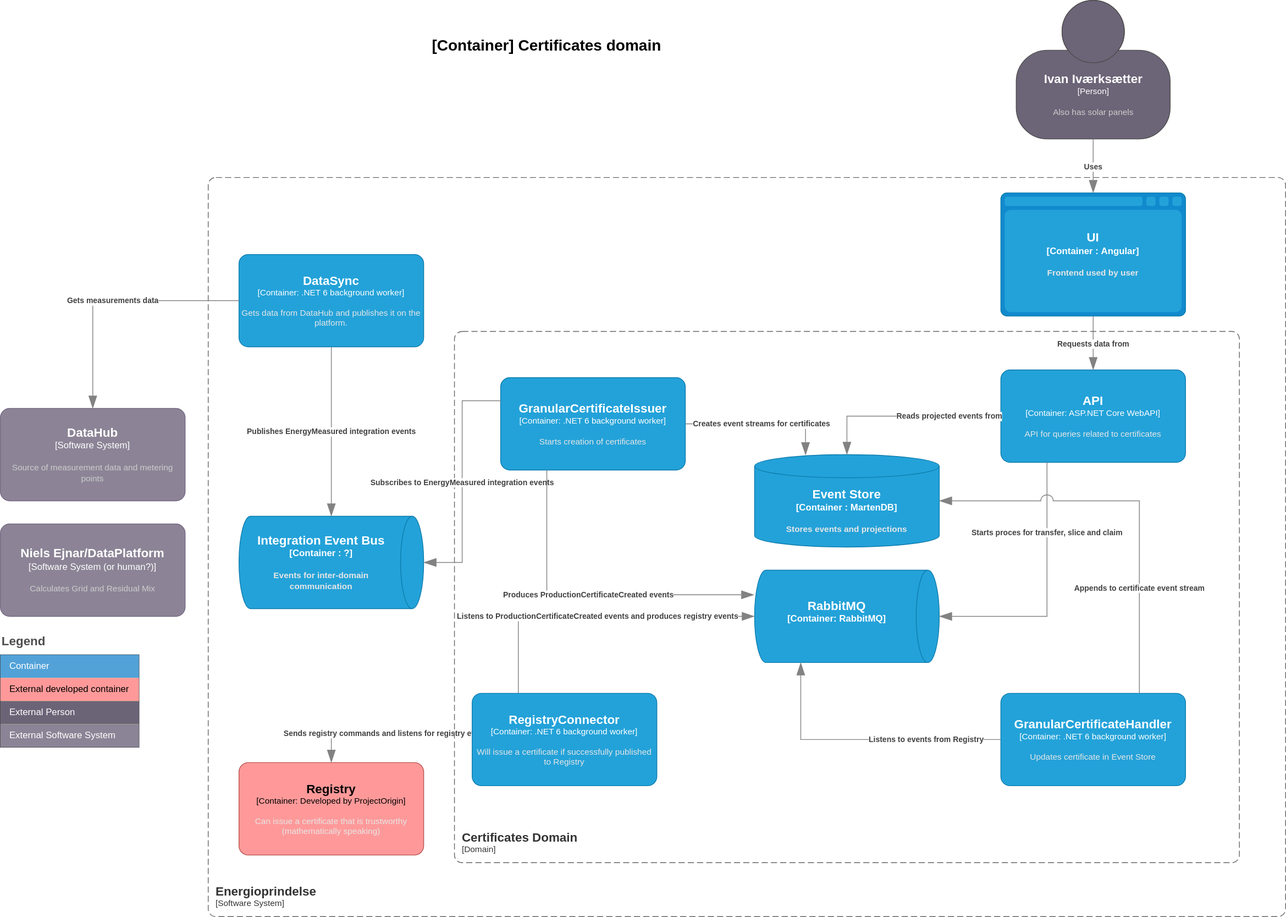
Energinet-DataHub/energy-origin keeps this draw.io diagram as doc/architecture/diagrams/certificates.target.container.drawio.svg. Above is the earlier version. Source tidied: cells renumbered, new cells last; positions are measured from the earlier drawing's top-left corner, leaving out a move shared by most shapes.
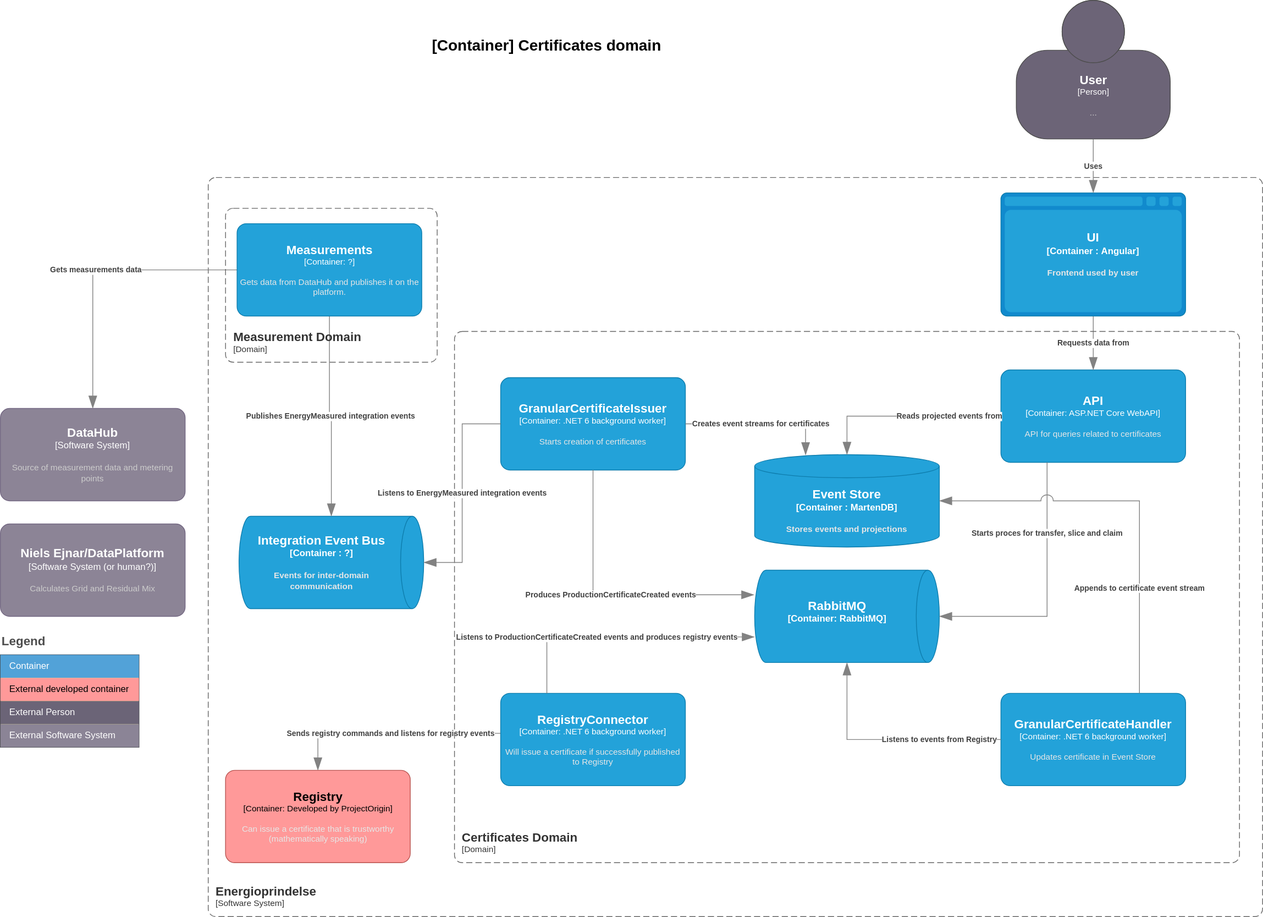
The same file after the commit.

What changed in the source:
```diff
@@ -4,7 +4,7 @@
     <mxCell id="1" parent="0" />
     <object id="2" label="&lt;font style=&quot;font-size: 16px&quot;&gt;&lt;b&gt;&lt;div style=&quot;text-align: left&quot;&gt;%c4Name%&lt;/div&gt;&lt;/b&gt;&lt;/font&gt;&lt;div style=&quot;text-align: left&quot;&gt;[%c4Application%]&lt;/div&gt;" c4Application="Software System" c4Name="Energioprindelse" c4Type="SystemScopeBoundary" placeholders="1">
       <mxCell style="rounded=1;fontSize=11;whiteSpace=wrap;html=1;dashed=1;arcSize=20;fillColor=none;strokeColor=#666666;fontColor=#333333;labelBackgroundColor=none;align=left;verticalAlign=bottom;labelBorderColor=none;spacingTop=0;spacing=10;dashPattern=8 4;perimeter=rectanglePerimeter;noLabel=0;labelPadding=0;absoluteArcSize=1;" parent="1" vertex="1">
-        <mxGeometry x="270" y="230" width="1400" height="960" as="geometry" />
+        <mxGeometry x="270" y="230" width="1370" height="960" as="geometry" />
       </mxCell>
     </object>
     <object id="3" label="&lt;font style=&quot;font-size: 16px&quot;&gt;&lt;b&gt;%c4Name%&lt;/b&gt;&lt;/font&gt;&lt;div&gt;[%c4Type%: %c4Technology%]&lt;/div&gt;&lt;br&gt;&lt;div&gt;&lt;font style=&quot;font-size: 11px&quot;&gt;&lt;font color=&quot;#E6E6E6&quot;&gt;%c4Description%&lt;/font&gt;&lt;/div&gt;" c4Description="API for queries related to certificates" c4Name="API" c4Technology="ASP.NET Core WebAPI" c4Type="Container" placeholders="1">
@@ -37,7 +37,7 @@
         <mxGeometry y="530" width="240" height="120" as="geometry" />
       </mxCell>
     </object>
-    <object id="9" label="&lt;font style=&quot;font-size: 16px&quot;&gt;&lt;b&gt;%c4Name%&lt;/b&gt;&lt;/font&gt;&lt;div&gt;[%c4Type%]&lt;/div&gt;&lt;br&gt;&lt;div&gt;&lt;font style=&quot;font-size: 11px&quot;&gt;&lt;font color=&quot;#cccccc&quot;&gt;%c4Description%&lt;/font&gt;&lt;/div&gt;" c4Description="Also has solar panels" c4Name="Ivan Iværksætter" c4Type="Person" placeholders="1">
+    <object id="9" label="&lt;font style=&quot;font-size: 16px&quot;&gt;&lt;b&gt;%c4Name%&lt;/b&gt;&lt;/font&gt;&lt;div&gt;[%c4Type%]&lt;/div&gt;&lt;br&gt;&lt;div&gt;&lt;font style=&quot;font-size: 11px&quot;&gt;&lt;font color=&quot;#cccccc&quot;&gt;%c4Description%&lt;/font&gt;&lt;/div&gt;" c4Description="..." c4Name="User" c4Type="Person" placeholders="1">
       <mxCell style="html=1;fontSize=11;dashed=0;whitespace=wrap;fillColor=#6C6477;strokeColor=#4D4D4D;fontColor=#ffffff;shape=mxgraph.c4.person2;align=center;points=[[0.5,0,0],[1,0.5,0],[1,0.75,0],[0.75,1,0],[0.5,1,0],[0.25,1,0],[0,0.75,0],[0,0.5,0]];" parent="1" vertex="1">
         <mxGeometry x="1320" width="200" height="180" as="geometry" />
       </mxCell>
@@ -62,11 +62,6 @@
         <mxGeometry x="310" y="670" width="240" height="120" as="geometry" />
       </mxCell>
     </object>
-    <object id="14" label="&lt;font style=&quot;font-size: 16px&quot;&gt;&lt;b&gt;%c4Name%&lt;/b&gt;&lt;/font&gt;&lt;div&gt;[%c4Type%: %c4Technology%]&lt;/div&gt;&lt;br&gt;&lt;div&gt;&lt;font style=&quot;font-size: 11px&quot;&gt;&lt;font color=&quot;#E6E6E6&quot;&gt;%c4Description%&lt;/font&gt;&lt;/div&gt;" c4Description="Gets data from DataHub and publishes it on the platform." c4Name="DataSync" c4Technology=".NET 6 background worker" c4Type="Container" placeholders="1">
-      <mxCell style="rounded=1;whiteSpace=wrap;html=1;fontSize=11;labelBackgroundColor=none;fillColor=#23A2D9;fontColor=#ffffff;align=center;arcSize=10;strokeColor=#0E7DAD;points=[[0.25,0,0],[0.5,0,0],[0.75,0,0],[1,0.25,0],[1,0.5,0],[1,0.75,0],[0.75,1,0],[0.5,1,0],[0.25,1,0],[0,0.75,0],[0,0.5,0],[0,0.25,0]];" parent="1" vertex="1">
-        <mxGeometry x="310" y="330" width="240" height="120" as="geometry" />
-      </mxCell>
-    </object>
     <object id="15" label="&lt;div style=&quot;text-align: left&quot;&gt;&lt;div style=&quot;text-align: center&quot;&gt;&lt;b&gt;%c4Description%&lt;/b&gt;&lt;/div&gt;" c4Description="Publishes EnergyMeasured integration events" c4Type="Relationship" placeholders="1">
       <mxCell style="endArrow=blockThin;html=1;fontSize=10;fontColor=#404040;strokeWidth=1;endFill=1;strokeColor=#828282;elbow=vertical;endSize=14;startSize=14;jumpStyle=arc;jumpSize=16;rounded=0;edgeStyle=orthogonalEdgeStyle;exitX=0.5;exitY=1;exitDx=0;exitDy=0;exitPerimeter=0;entryX=0;entryY=0.5;entryDx=0;entryDy=0;entryPerimeter=0;" parent="1" edge="1" source="14" target="13">
         <mxGeometry relative="1" as="geometry" />
@@ -84,7 +79,7 @@
     </object>
     <object id="18" label="&lt;font style=&quot;font-size: 16px&quot;&gt;&lt;b&gt;%c4Name%&lt;/b&gt;&lt;/font&gt;&lt;div&gt;[%c4Type%: %c4Technology%]&lt;/div&gt;&lt;br&gt;&lt;div&gt;&lt;font style=&quot;font-size: 11px&quot;&gt;&lt;font color=&quot;#E6E6E6&quot;&gt;%c4Description%&lt;/font&gt;&lt;/div&gt;" c4Description="Can issue a certificate that is trustworthy (mathematically speaking)" c4Name="Registry" c4Technology="Developed by ProjectOrigin" c4Type="Container" placeholders="1">
       <mxCell style="rounded=1;whiteSpace=wrap;html=1;fontSize=11;labelBackgroundColor=none;fillColor=#FF9999;align=center;arcSize=10;strokeColor=#b85450;points=[[0.25,0,0],[0.5,0,0],[0.75,0,0],[1,0.25,0],[1,0.5,0],[1,0.75,0],[0.75,1,0],[0.5,1,0],[0.25,1,0],[0,0.75,0],[0,0.5,0],[0,0.25,0]];" parent="1" vertex="1">
-        <mxGeometry x="310" y="990" width="240" height="120" as="geometry" />
+        <mxGeometry x="292.5" y="1000" width="240" height="120" as="geometry" />
       </mxCell>
     </object>
     <mxCell id="19" value="Legend" style="align=left;fontSize=16;fontStyle=1;strokeColor=none;fillColor=none;fontColor=#4D4D4D;spacingTop=-8;" parent="1" vertex="1">
@@ -117,7 +112,7 @@
     </object>
     <object id="27" label="&lt;font style=&quot;font-size: 16px&quot;&gt;&lt;b&gt;%c4Name%&lt;/b&gt;&lt;/font&gt;&lt;div&gt;[%c4Type%: %c4Technology%]&lt;/div&gt;&lt;br&gt;&lt;div&gt;&lt;font style=&quot;font-size: 11px&quot;&gt;&lt;font color=&quot;#E6E6E6&quot;&gt;%c4Description%&lt;/font&gt;&lt;/div&gt;" c4Description="Will issue a certificate if successfully published to Registry" c4Name="RegistryConnector" c4Technology=".NET 6 background worker" c4Type="Container" placeholders="1">
       <mxCell style="rounded=1;whiteSpace=wrap;html=1;fontSize=11;labelBackgroundColor=none;fillColor=#23A2D9;fontColor=#ffffff;align=center;arcSize=10;strokeColor=#0E7DAD;points=[[0.25,0,0],[0.5,0,0],[0.75,0,0],[1,0.25,0],[1,0.5,0],[1,0.75,0],[0.75,1,0],[0.5,1,0],[0.25,1,0],[0,0.75,0],[0,0.5,0],[0,0.25,0]];" parent="1" vertex="1">
-        <mxGeometry x="613" y="900" width="240" height="120" as="geometry" />
+        <mxGeometry x="650" y="900" width="240" height="120" as="geometry" />
       </mxCell>
     </object>
     <object id="28" label="&lt;div style=&quot;text-align: left&quot;&gt;&lt;div style=&quot;text-align: center&quot;&gt;&lt;b&gt;%c4Description%&lt;/b&gt;&lt;/div&gt;" c4Description="Creates event streams for certificates" c4Type="Relationship" placeholders="1">
@@ -126,12 +121,12 @@
       </mxCell>
     </object>
     <object id="29" label="&lt;div style=&quot;text-align: left&quot;&gt;&lt;div style=&quot;text-align: center&quot;&gt;&lt;b&gt;%c4Description%&lt;/b&gt;&lt;/div&gt;" c4Description="Listens to ProductionCertificateCreated events  and produces registry events" c4Type="Relationship" placeholders="1">
-      <mxCell style="endArrow=blockThin;html=1;fontSize=10;fontColor=#404040;strokeWidth=1;endFill=1;strokeColor=#828282;elbow=vertical;endSize=14;startSize=14;jumpStyle=arc;jumpSize=16;rounded=0;edgeStyle=orthogonalEdgeStyle;exitX=0.25;exitY=0;exitDx=0;exitDy=0;exitPerimeter=0;entryX=0.5;entryY=1;entryDx=0;entryDy=0;entryPerimeter=0;" parent="1" edge="1" source="27" target="31">
-        <mxGeometry relative="1" as="geometry" />
+      <mxCell style="endArrow=blockThin;html=1;fontSize=10;fontColor=#404040;strokeWidth=1;endFill=1;strokeColor=#828282;elbow=vertical;endSize=14;startSize=14;jumpStyle=arc;jumpSize=16;rounded=0;edgeStyle=orthogonalEdgeStyle;exitX=0.25;exitY=0;exitDx=0;exitDy=0;exitPerimeter=0;entryX=0.723;entryY=1;entryDx=0;entryDy=0;entryPerimeter=0;" parent="1" edge="1" source="27" target="31">
+        <mxGeometry x="-0.19" relative="1" as="geometry" />
       </mxCell>
     </object>
-    <object id="30" label="&lt;div style=&quot;text-align: left&quot;&gt;&lt;div style=&quot;text-align: center&quot;&gt;&lt;b&gt;%c4Description%&lt;/b&gt;&lt;/div&gt;" c4Description="Subscribes to EnergyMeasured integration events" c4Type="Relationship" placeholders="1">
-      <mxCell style="endArrow=blockThin;html=1;fontSize=10;fontColor=#404040;strokeWidth=1;endFill=1;strokeColor=#828282;elbow=vertical;endSize=14;startSize=14;jumpStyle=arc;jumpSize=16;rounded=0;edgeStyle=orthogonalEdgeStyle;exitX=0;exitY=0.25;exitDx=0;exitDy=0;exitPerimeter=0;entryX=0.5;entryY=0;entryDx=0;entryDy=0;entryPerimeter=0;shadow=0;" parent="1" edge="1" source="4" target="13">
+    <object id="30" label="&lt;div style=&quot;text-align: left&quot;&gt;&lt;div style=&quot;text-align: center&quot;&gt;&lt;b&gt;%c4Description%&lt;/b&gt;&lt;/div&gt;" c4Description="Listens to EnergyMeasured integration events" c4Type="Relationship" placeholders="1">
+      <mxCell style="endArrow=blockThin;html=1;fontSize=10;fontColor=#404040;strokeWidth=1;endFill=1;strokeColor=#828282;elbow=vertical;endSize=14;startSize=14;jumpStyle=arc;jumpSize=16;rounded=0;edgeStyle=orthogonalEdgeStyle;exitX=0;exitY=0.5;exitDx=0;exitDy=0;exitPerimeter=0;entryX=0.5;entryY=0;entryDx=0;entryDy=0;entryPerimeter=0;shadow=0;" parent="1" edge="1" source="4" target="13">
         <mxGeometry relative="1" as="geometry" />
       </mxCell>
     </object>
@@ -141,7 +136,7 @@
       </mxCell>
     </object>
     <object id="32" label="&lt;div style=&quot;text-align: left&quot;&gt;&lt;div style=&quot;text-align: center&quot;&gt;&lt;b&gt;%c4Description%&lt;/b&gt;&lt;/div&gt;" c4Description="Produces ProductionCertificateCreated events" c4Type="Relationship" placeholders="1">
-      <mxCell style="endArrow=blockThin;html=1;fontSize=10;fontColor=#404040;strokeWidth=1;endFill=1;strokeColor=#828282;elbow=vertical;endSize=14;startSize=14;jumpStyle=arc;jumpSize=16;rounded=0;edgeStyle=orthogonalEdgeStyle;exitX=0.25;exitY=1;exitDx=0;exitDy=0;exitPerimeter=0;entryX=0.267;entryY=1.003;entryDx=0;entryDy=0;entryPerimeter=0;" parent="1" edge="1" source="4" target="31">
+      <mxCell style="endArrow=blockThin;html=1;fontSize=10;fontColor=#404040;strokeWidth=1;endFill=1;strokeColor=#828282;elbow=vertical;endSize=14;startSize=14;jumpStyle=arc;jumpSize=16;rounded=0;edgeStyle=orthogonalEdgeStyle;exitX=0.5;exitY=1;exitDx=0;exitDy=0;exitPerimeter=0;entryX=0.267;entryY=1.003;entryDx=0;entryDy=0;entryPerimeter=0;" parent="1" edge="1" source="4" target="31">
         <mxGeometry relative="1" as="geometry" />
       </mxCell>
     </object>
@@ -156,7 +151,7 @@
       </mxCell>
     </object>
     <object id="35" label="&lt;div style=&quot;text-align: left&quot;&gt;&lt;div style=&quot;text-align: center&quot;&gt;&lt;b&gt;%c4Description%&lt;/b&gt;&lt;/div&gt;" c4Description="Listens to events from Registry" c4Type="Relationship" placeholders="1">
-      <mxCell style="endArrow=blockThin;html=1;fontSize=10;fontColor=#404040;strokeWidth=1;endFill=1;strokeColor=#828282;elbow=vertical;endSize=14;startSize=14;jumpStyle=arc;jumpSize=16;rounded=0;edgeStyle=orthogonalEdgeStyle;exitX=0;exitY=0.5;exitDx=0;exitDy=0;exitPerimeter=0;entryX=1;entryY=0.75;entryDx=0;entryDy=0;entryPerimeter=0;" parent="1" edge="1" source="33" target="31">
+      <mxCell style="endArrow=blockThin;html=1;fontSize=10;fontColor=#404040;strokeWidth=1;endFill=1;strokeColor=#828282;elbow=vertical;endSize=14;startSize=14;jumpStyle=arc;jumpSize=16;rounded=0;edgeStyle=orthogonalEdgeStyle;exitX=0;exitY=0.5;exitDx=0;exitDy=0;exitPerimeter=0;entryX=1;entryY=0.5;entryDx=0;entryDy=0;entryPerimeter=0;" parent="1" edge="1" source="33" target="31">
         <mxGeometry x="-0.46" relative="1" as="geometry" />
       </mxCell>
     </object>
@@ -165,5 +160,15 @@
         <mxGeometry x="-0.46" relative="1" as="geometry" />
       </mxCell>
     </object>
+    <object id="14" label="&lt;font style=&quot;font-size: 16px&quot;&gt;&lt;b&gt;%c4Name%&lt;/b&gt;&lt;/font&gt;&lt;div&gt;[%c4Type%: %c4Technology%]&lt;/div&gt;&lt;br&gt;&lt;div&gt;&lt;font style=&quot;font-size: 11px&quot;&gt;&lt;font color=&quot;#E6E6E6&quot;&gt;%c4Description%&lt;/font&gt;&lt;/div&gt;" c4Description="Gets data from DataHub and publishes it on the platform." c4Name="Measurements" c4Technology="?" c4Type="Container" placeholders="1">
+      <mxCell style="rounded=1;whiteSpace=wrap;html=1;fontSize=11;labelBackgroundColor=none;fillColor=#23A2D9;fontColor=#ffffff;align=center;arcSize=10;strokeColor=#0E7DAD;points=[[0.25,0,0],[0.5,0,0],[0.75,0,0],[1,0.25,0],[1,0.5,0],[1,0.75,0],[0.75,1,0],[0.5,1,0],[0.25,1,0],[0,0.75,0],[0,0.5,0],[0,0.25,0]];" parent="1" vertex="1">
+        <mxGeometry x="307.5" y="290" width="240" height="120" as="geometry" />
+      </mxCell>
+    </object>
+    <object id="37" label="&lt;font style=&quot;font-size: 16px&quot;&gt;&lt;b&gt;&lt;div style=&quot;text-align: left&quot;&gt;%c4Name%&lt;/div&gt;&lt;/b&gt;&lt;/font&gt;&lt;div style=&quot;text-align: left&quot;&gt;[%c4Application%]&lt;/div&gt;" c4Application="Domain" c4Name="Measurement Domain" c4Type="SystemScopeBoundary" placeholders="1">
+      <mxCell style="rounded=1;fontSize=11;whiteSpace=wrap;html=1;dashed=1;arcSize=20;fillColor=none;strokeColor=#666666;fontColor=#333333;labelBackgroundColor=none;align=left;verticalAlign=bottom;labelBorderColor=none;spacingTop=0;spacing=10;dashPattern=8 4;perimeter=rectanglePerimeter;noLabel=0;labelPadding=0;absoluteArcSize=1;" parent="1" vertex="1">
+        <mxGeometry x="292.5" y="270" width="275" height="200" as="geometry" />
+      </mxCell>
+    </object>
   </root>
 </mxGraphModel>
```
